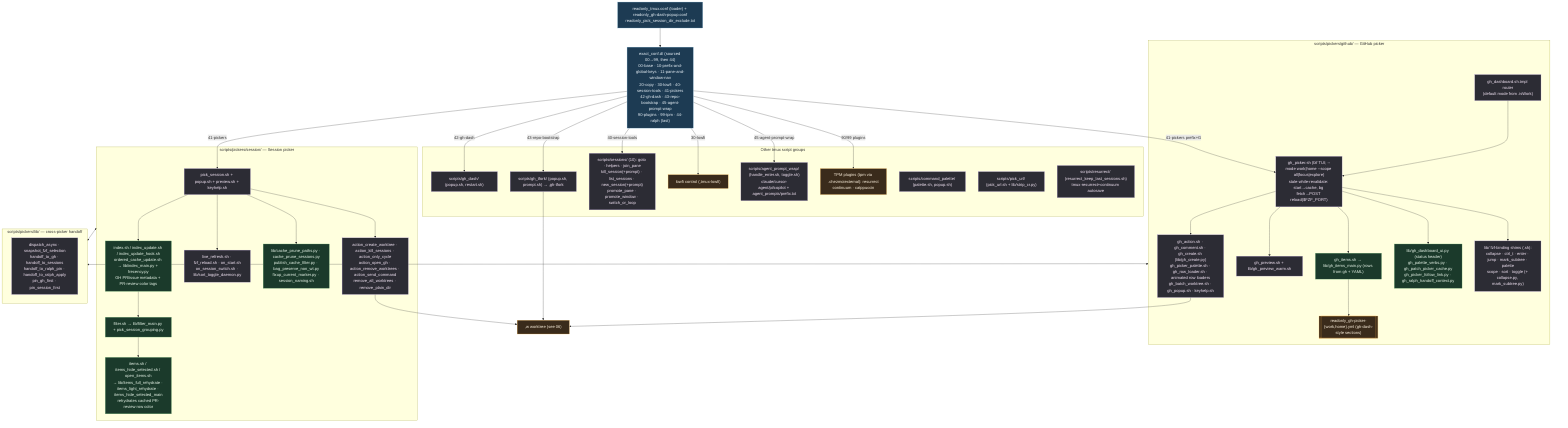
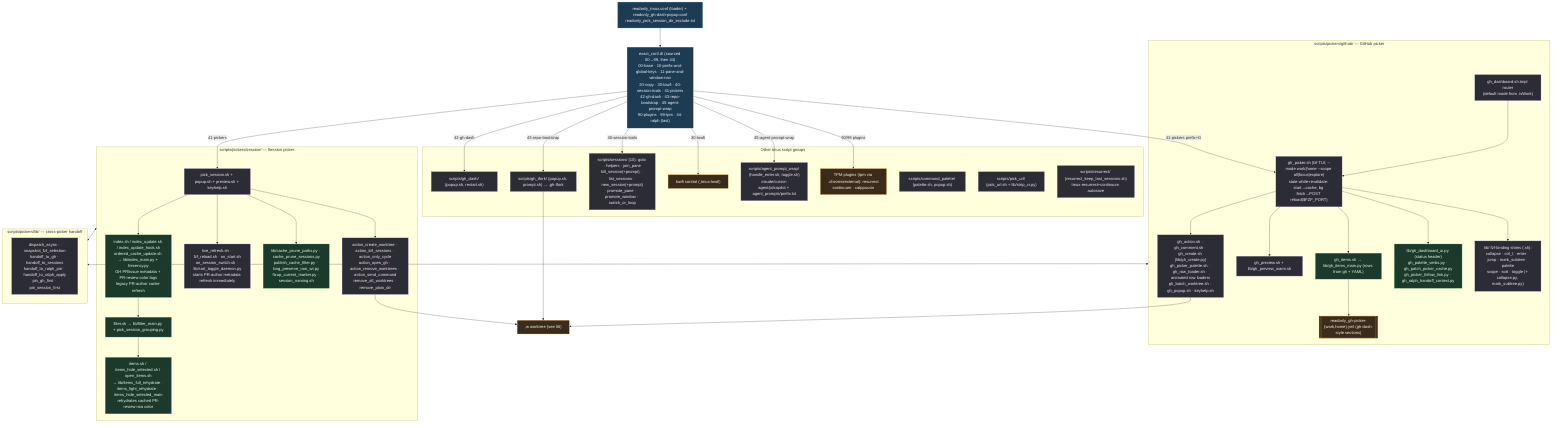
%% ============================================================================
%% 05-tmux-pickers.mmd — Every file under home/dot_config/exact_tmux/ (119).
%% Loader sources conf.d/* in numeric order; scripts/ holds all integrations.
%% Deployed to ~/.config/tmux/. Prefix = C-Space.
%% ============================================================================
flowchart TD
    classDef conf fill:#1d3b53,stroke:#7fb3d5,color:#eaf2f8;
    classDef sh fill:#2c2c34,stroke:#b39ddb,color:#f3e5f5;
    classDef py fill:#1b3a2b,stroke:#81c784,color:#e8f5e9;
    classDef data fill:#3a2b1b,stroke:#ffb74d,color:#fff3e0;

    LOADER["readonly_tmux.conf (loader) + readonly_gh-dash-popup.conf<br/>readonly_pick_session_dir_exclude.txt"]:::conf
    LOADER --> CONFD["exact_conf.d/ (sourced 00→99, then 44)<br/>00-base · 10-prefix-and-global-keys · 11-pane-and-window-nav<br/>20-copy · 30-lowfi · 40-session-tools · 41-pickers<br/>42-gh-dash · 43-repo-bootstrap · 45-agent-prompt-wrap<br/>90-plugins · 99-tpm · 44-ralph (last)"]:::conf

    CONFD -->|41-pickers prefix+G| GHP
    CONFD -->|41-pickers| SESS
    CONFD -->|42-gh-dash| GHDASH
    CONFD -->|43-repo-bootstrap| TFORK
    CONFD -->|40-session-tools| SESSIONS
    CONFD -->|30-lowfi| LOWFI
    CONFD -->|45-agent-prompt-wrap| APW
    CONFD -->|90/99 plugins| PLUGINS

    subgraph GH["scripts/pickers/github/ — GitHub picker"]
        GHROUTER["gh_dashboard.sh.tmpl router<br/>(default mode from .isWork)"]:::sh
        GHP["gh_picker.sh (fzf TUI; --mode work|home --scope all|focus|explore)<br/>stale-while-revalidate: start→cache, bg fetch→POST reload($FZF_PORT)"]:::sh
        GHITEMS["gh_items.sh → lib/gh_items_main.py (rows from gh + YAML)"]:::py
        GHCFG[["readonly_gh-picker-{work,home}.yml (gh-dash-style sections)"]]:::data
        GHPREV["gh_preview.sh + lib/gh_preview_warm.sh"]:::sh
        GHACT["gh_action.sh · gh_comment.sh · gh_create.sh (lib/gh_create.py)<br/>gh_picker_palette.sh · gh_row_loader.sh · animated row loaders<br/>gh_batch_worktree.sh · gh_popup.sh · keyhelp.sh"]:::sh
        GHUI["lib/gh_dashboard_ui.py (status header)<br/>gh_palette_verbs.py · gh_patch_picker_cache.py<br/>gh_picker_follow_link.py · gh_ralph_handoff_context.py"]:::py
        GHBIND["lib/ fzf-binding shims (.sh):<br/>collapse · ctrl_t · enter · jump · mark_subtree · palette<br/>scope · sort · toggle (+ collapse.py, mark_subtree.py)"]:::sh
        GHROUTER --> GHP --> GHITEMS --> GHCFG
        GHP --> GHPREV & GHACT & GHUI & GHBIND
    end

    subgraph SE["scripts/pickers/session/ — Session picker"]
        SESS["pick_session.sh + popup.sh + preview.sh + keyhelp.sh"]:::sh
-         SIDX["index.sh / index_update.sh / index_update_hook.sh<br/>ordered_cache_update.sh → lib/index_main.py + frecency.py<br/>GH PR/issue metadata + PR-review color tags"]:::py
+         SIDX["index.sh / index_update.sh / index_update_hook.sh<br/>ordered_cache_update.sh → lib/index_main.py + frecency.py<br/>GH PR/issue metadata + PR-review color tags<br/>legacy PR-author cache refresh"]:::py
        SFILT["filter.sh → lib/filter_main.py + pick_session_grouping.py"]:::py
        SITEMS["items.sh / items_hide_selected.sh / open_items.sh<br/>→ lib/items_full_rehydrate · items_light_rehydrate · items_hide_selected_main<br/>rehydrates cached PR-review row color"]:::py
-         SLIVE["live_refresh.sh · fzf_reload.sh · on_start.sh<br/>on_session_switch.sh · lib/sort_toggle_daemon.py"]:::sh
+         SLIVE["live_refresh.sh · fzf_reload.sh · on_start.sh<br/>on_session_switch.sh · lib/sort_toggle_daemon.py<br/>starts PR-author metadata refresh immediately"]:::sh
        SCACHE["lib/cache_prune_paths.py · cache_prune_sessions.py<br/>publish_cache_filter.py · bag_preserve_non_wt.py<br/>fixup_current_marker.py · session_naming.sh"]:::py
        SACT["action_create_worktree · action_kill_sessions · action_only_cycle<br/>action_open_gh · action_remove_worktrees · action_send_command<br/>remove_all_worktrees · remove_plain_dir"]:::sh
        SESS --> SIDX --> SFILT --> SITEMS
        SESS --> SLIVE & SCACHE & SACT
    end

    subgraph PLIB["scripts/pickers/lib/ — cross-picker handoff"]
        HO["dispatch_async · snapshot_fzf_selection<br/>handoff_to_gh · handoff_to_sessions<br/>handoff_to_ralph_pin · handoff_to_ralph_apply<br/>pin_gh_first · pin_session_first"]:::sh
    end
    GH <--> PLIB
    SE <--> PLIB

    subgraph OTHER["Other tmux script groups"]
        SESSIONS["scripts/sessions/ (10): goto · helpers · join_pane<br/>kill_session(+prompt) · list_sessions · new_session(+prompt)<br/>promote_pane · promote_window · switch_or_loop"]:::sh
        GHDASH["scripts/gh_dash/ (popup.sh, restart.sh)"]:::sh
        TFORK["scripts/gh_tfork/ (popup.sh, prompt.sh) → ,gh-tfork"]:::sh
        CMDP["scripts/command_palette/ (palette.sh, popup.sh)"]:::sh
        PURL["scripts/pick_url/ (pick_url.sh + lib/strip_cr.py)"]:::sh
        APW["scripts/agent_prompt_wrap/ (handle_enter.sh, toggle.sh)<br/>claude/cursor-agent/pi/copilot + agent_prompts/prefix.txt"]:::sh
        RESUR["scripts/resurrect/ (resurrect_keep_last_sessions.sh)<br/>tmux-resurrect+continuum autosave"]:::sh
        LOWFI["lowfi control (,tmux-lowfi)"]:::data
        PLUGINS["TPM plugins (tpm via .chezmoiexternal): resurrect<br/>continuum · catppuccin"]:::data
    end
    SACT --> WLINK[",w worktree (see 06)"]:::data
    GHACT --> WLINK
    TFORK --> WLINK
